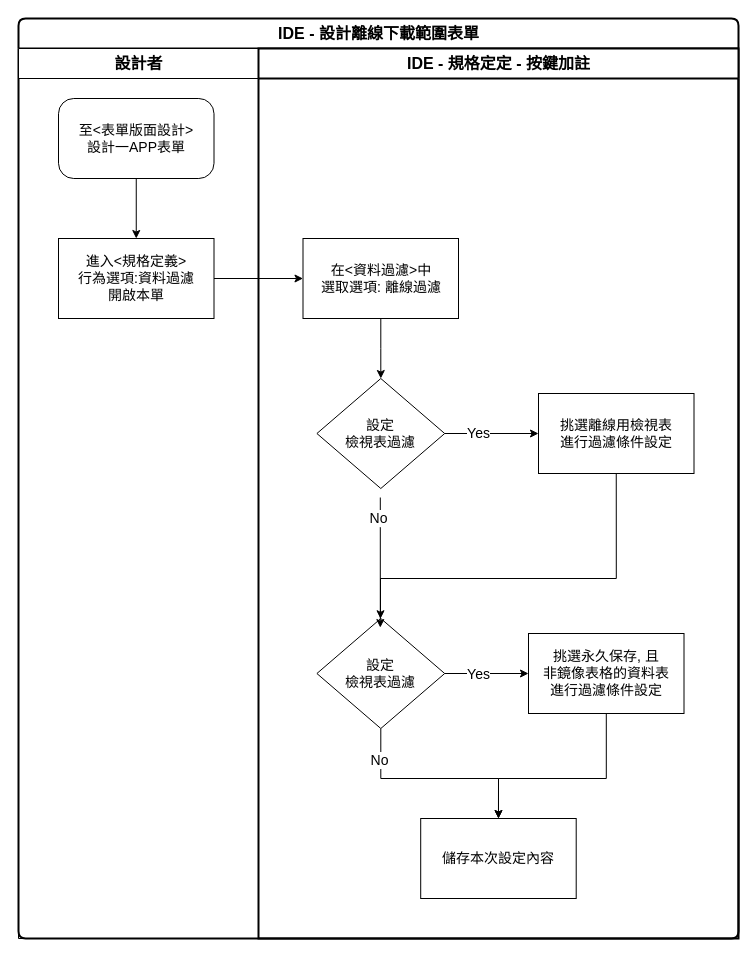
Above: page "OfflinDataDownload" (2 of 3) of 8.10.0/UPDATE/ITEM_1/IDE/attachment/MAEOffline.drawio in ArcareRD/sadocs (draw.io), before the change. Source tidied: cells renumbered, new cells numbered last; positions are measured from the earlier drawing's top-left corner, leaving out a move shared by most shapes. Both pictures are drawn from the tidied source at 100%, with x=0, y=0 at pixel (18, 18).
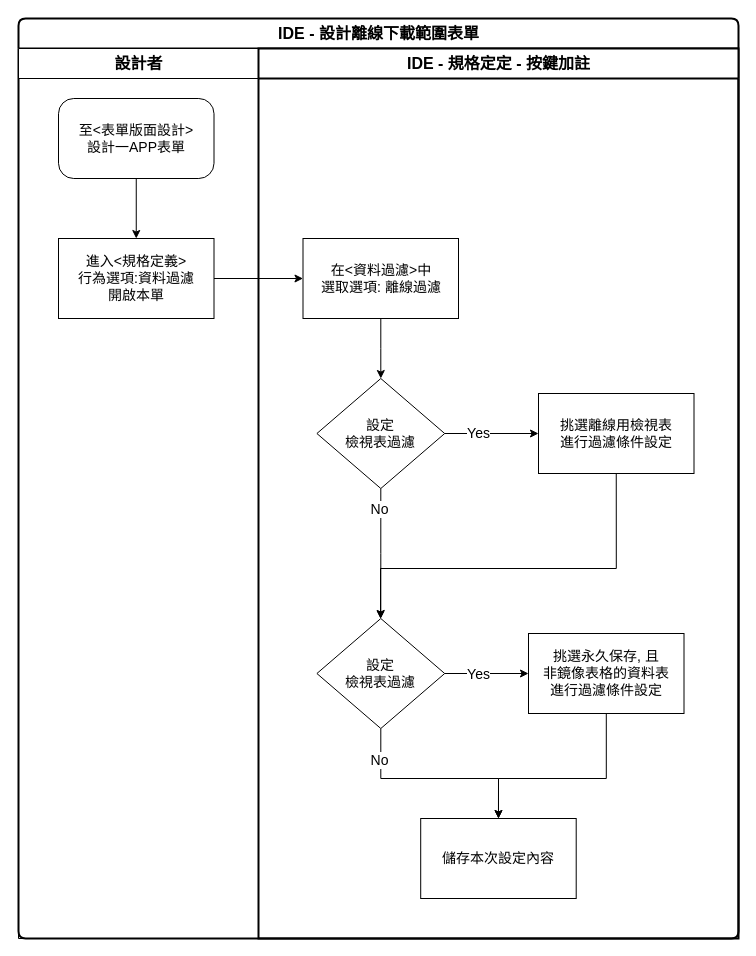
The same page after the edit.

The change refers to these unchanged cells:
```xml
<mxCell id="7" value="IDE - 規格定定 - 按鍵加註" style="swimlane;html=1;startSize=30;fontSize=16;strokeWidth=2;" parent="2" vertex="1">
  <mxGeometry x="240" y="30" width="480" height="890" as="geometry" />
</mxCell>
<mxCell id="12" value="設定&lt;br&gt;檢視表過濾" style="rhombus;whiteSpace=wrap;html=1;strokeWidth=1;fontSize=14;" parent="7" vertex="1">
  <mxGeometry x="58.4" y="330" width="127.8" height="110" as="geometry" />
</mxCell>
<mxCell id="17" value="設定&lt;br&gt;檢視表過濾" style="rhombus;whiteSpace=wrap;html=1;strokeWidth=1;fontSize=14;" parent="7" vertex="1">
  <mxGeometry x="58.4" y="570" width="127.8" height="110" as="geometry" />
</mxCell>
<mxCell id="24" value="挑選離線用檢視表&lt;br&gt;進行過濾條件設定" style="rounded=1;whiteSpace=wrap;html=1;strokeWidth=1;fontSize=14;arcSize=0;" parent="7" vertex="1">
  <mxGeometry x="280" y="345" width="155.5" height="80" as="geometry" />
</mxCell>
```

The edit, as a diff of the source:
```diff
@@
     <mxCell id="18" style="edgeStyle=orthogonalEdgeStyle;rounded=0;jettySize=auto;html=1;strokeColor=#000000;strokeWidth=1;fontSize=14;exitX=0.5;exitY=1;exitDx=0;exitDy=0;" parent="7" edge="1" source="24" target="17">
       <mxGeometry relative="1" as="geometry">
         <Array as="points">
-          <mxPoint x="358" y="530" />
-          <mxPoint x="122" y="530" />
+          <mxPoint x="358" y="520" />
+          <mxPoint x="122" y="520" />
         </Array>
       </mxGeometry>
     </mxCell>
-    <mxCell id="19" style="edgeStyle=orthogonalEdgeStyle;rounded=0;orthogonalLoop=1;jettySize=auto;html=1;strokeColor=#000000;strokeWidth=1;fontSize=14;" parent="7" edge="1">
-      <mxGeometry relative="1" as="geometry">
-        <mxPoint x="121.8" y="449" as="sourcePoint" />
-        <mxPoint x="121.8" y="579.1" as="targetPoint" />
-        <Array as="points">
-          <mxPoint x="121.5" y="479" />
-          <mxPoint x="121.5" y="479" />
-        </Array>
-      </mxGeometry>
+    <mxCell id="19" style="edgeStyle=orthogonalEdgeStyle;rounded=0;jettySize=auto;html=1;strokeColor=#000000;strokeWidth=1;fontSize=14;exitX=0.5;exitY=1;exitDx=0;exitDy=0;" parent="7" edge="1" source="12" target="17">
+      <mxGeometry relative="1" as="geometry" />
     </mxCell>
```
